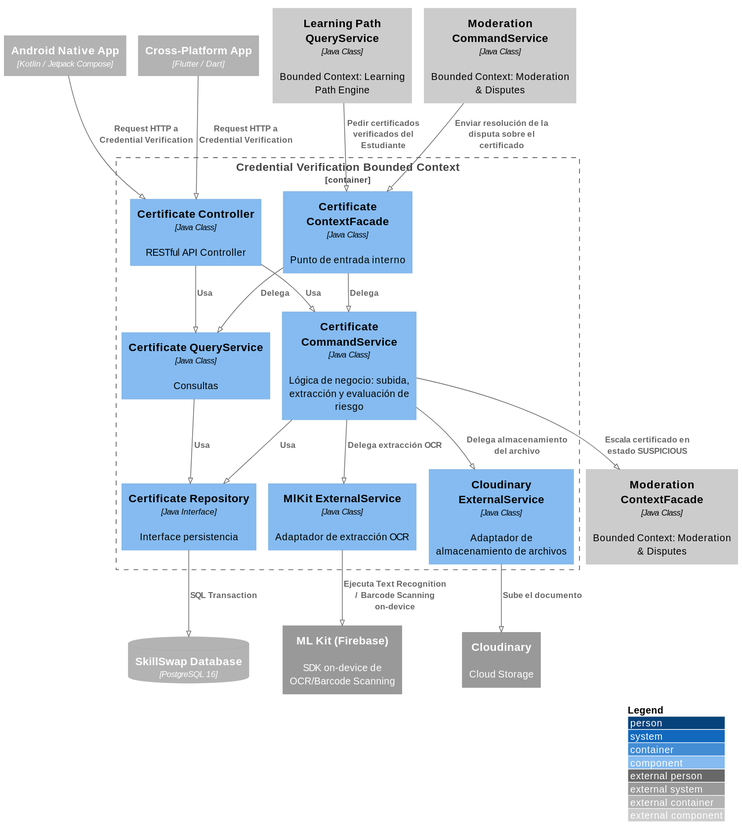
Aplicaciones-Dispositivos-Moviles/SkillSwap-ProjectReport keeps this PlantUML diagram as images-doc/CredentialVerificationComponent.svg. Above is the earlier version.
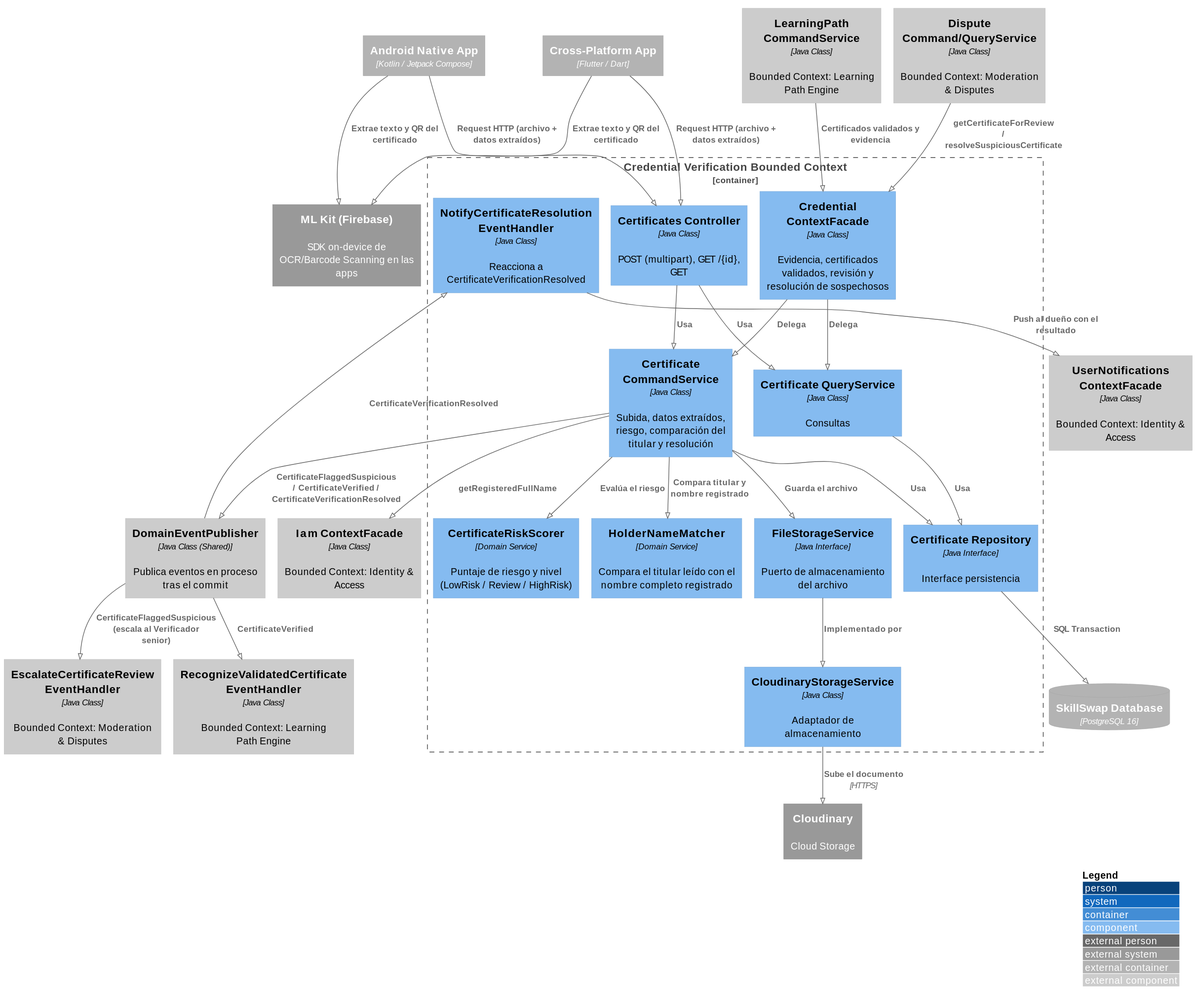
After the change.

Change to the diagram source:
```diff
@@ -7,42 +7,56 @@
 Container_Ext(androidApp, "Android Native App", "Kotlin / Jetpack Compose")
 Container_Ext(flutterApp, "Cross-Platform App", "Flutter / Dart")
 ContainerDb_Ext(mainDB, "SkillSwap Database", "PostgreSQL 16")
-System_Ext(mlKitService, "ML Kit (Firebase)", "SDK on-device de OCR/Barcode Scanning")
+System_Ext(mlKitService, "ML Kit (Firebase)", "SDK on-device de OCR/Barcode Scanning en las apps")
 System_Ext(cloudStorage, "Cloudinary", "Cloud Storage")
 
 Container_Boundary(credentialBC, "Credential Verification Bounded Context") {
-    Component(certificateController, "Certificate Controller", "Java Class", "RESTful API Controller")
-    Component(certificateCommandService, "Certificate CommandService", "Java Class", "Lógica de negocio: subida, extracción y evaluación de riesgo")
+    Component(certificateController, "Certificates Controller", "Java Class", "POST (multipart), GET /{id}, GET")
+    Component(certificateCommandService, "Certificate CommandService", "Java Class", "Subida, datos extraídos, riesgo, comparación del titular y resolución")
     Component(certificateQueryService, "Certificate QueryService", "Java Class", "Consultas")
+    Component(riskScorer, "CertificateRiskScorer", "Domain Service", "Puntaje de riesgo y nivel (LowRisk / Review / HighRisk)")
+    Component(holderNameMatcher, "HolderNameMatcher", "Domain Service", "Compara el titular leído con el nombre completo registrado")
+    Component(fileStorage, "FileStorageService", "Java Interface", "Puerto de almacenamiento del archivo")
+    Component(cloudinaryStorage, "CloudinaryStorageService", "Java Class", "Adaptador de almacenamiento")
     Component(certificateRepository, "Certificate Repository", "Java Interface", "Interface persistencia")
-    Component(mlKitExtractorExternal, "MlKit ExternalService", "Java Class", "Adaptador de extracción OCR")
-    Component(cloudinaryStorageExternal, "Cloudinary ExternalService", "Java Class", "Adaptador de almacenamiento de archivos")
-    Component(certificateContextFacade, "Certificate ContextFacade", "Java Class", "Punto de entrada interno")
+    Component(notifyHandler, "NotifyCertificateResolution EventHandler", "Java Class", "Reacciona a CertificateVerificationResolved")
+    Component(credentialContextFacade, "Credential ContextFacade", "Java Class", "Evidencia, certificados validados, revisión y resolución de sospechosos")
 }
 
-Component_Ext(moderationContextFacade, "Moderation ContextFacade", "Java Class", "Bounded Context: Moderation & Disputes")
-Component_Ext(pathEngineQueryService, "Learning Path QueryService", "Java Class", "Bounded Context: Learning Path Engine")
-Component_Ext(moderationCommandService, "Moderation CommandService", "Java Class", "Bounded Context: Moderation & Disputes")
+Component_Ext(domainEventPublisher, "DomainEventPublisher", "Java Class (Shared)", "Publica eventos en proceso tras el commit")
+Component_Ext(iamContextFacade, "Iam ContextFacade", "Java Class", "Bounded Context: Identity & Access")
+Component_Ext(userNotificationsFacade, "UserNotifications ContextFacade", "Java Class", "Bounded Context: Identity & Access")
+Component_Ext(escalateHandler, "EscalateCertificateReview EventHandler", "Java Class", "Bounded Context: Moderation & Disputes")
+Component_Ext(recognizeCertificateHandler, "RecognizeValidatedCertificate EventHandler", "Java Class", "Bounded Context: Learning Path Engine")
+Component_Ext(pathEngineCommandService, "LearningPath CommandService", "Java Class", "Bounded Context: Learning Path Engine")
+Component_Ext(disputeServices, "Dispute Command/QueryService", "Java Class", "Bounded Context: Moderation & Disputes")
 
-Rel(androidApp, certificateController, "Request HTTP a Credential Verification")
-Rel(flutterApp, certificateController, "Request HTTP a Credential Verification")
+Rel(androidApp, mlKitService, "Extrae texto y QR del certificado")
+Rel(flutterApp, mlKitService, "Extrae texto y QR del certificado")
+Rel(androidApp, certificateController, "Request HTTP (archivo + datos extraídos)")
+Rel(flutterApp, certificateController, "Request HTTP (archivo + datos extraídos)")
+
 Rel(certificateController, certificateCommandService, "Usa")
 Rel(certificateController, certificateQueryService, "Usa")
 Rel(certificateCommandService, certificateRepository, "Usa")
 Rel(certificateQueryService, certificateRepository, "Usa")
 Rel(certificateRepository, mainDB, "SQL Transaction")
 
-Rel(certificateCommandService, mlKitExtractorExternal, "Delega extracción OCR")
-Rel(mlKitExtractorExternal, mlKitService, "Ejecuta Text Recognition / Barcode Scanning on-device")
+Rel(certificateCommandService, riskScorer, "Evalúa el riesgo")
+Rel(certificateCommandService, holderNameMatcher, "Compara titular y nombre registrado")
+Rel(certificateCommandService, iamContextFacade, "getRegisteredFullName")
+Rel(certificateCommandService, fileStorage, "Guarda el archivo")
+Rel(fileStorage, cloudinaryStorage, "Implementado por")
+Rel(cloudinaryStorage, cloudStorage, "Sube el documento", "HTTPS")
 
-Rel(certificateCommandService, cloudinaryStorageExternal, "Delega almacenamiento del archivo")
-Rel(cloudinaryStorageExternal, cloudStorage, "Sube el documento")
+Rel(certificateCommandService, domainEventPublisher, "CertificateFlaggedSuspicious / CertificateVerified / CertificateVerificationResolved")
+Rel(domainEventPublisher, escalateHandler, "CertificateFlaggedSuspicious (escala al Verificador senior)")
+Rel(domainEventPublisher, recognizeCertificateHandler, "CertificateVerified")
+Rel(domainEventPublisher, notifyHandler, "CertificateVerificationResolved")
+Rel(notifyHandler, userNotificationsFacade, "Push al dueño con el resultado")
 
-Rel(certificateCommandService, moderationContextFacade, "Escala certificado en estado SUSPICIOUS")
-
-Rel(certificateContextFacade, certificateCommandService, "Delega")
-Rel(certificateContextFacade, certificateQueryService, "Delega")
-
-Rel(pathEngineQueryService, certificateContextFacade, "Pedir certificados verificados del Estudiante")
-Rel(moderationCommandService, certificateContextFacade, "Enviar resolución de la disputa sobre el certificado")
+Rel(credentialContextFacade, certificateCommandService, "Delega")
+Rel(credentialContextFacade, certificateQueryService, "Delega")
+Rel(pathEngineCommandService, credentialContextFacade, "Certificados validados y evidencia")
+Rel(disputeServices, credentialContextFacade, "getCertificateForReview / resolveSuspiciousCertificate")
 @enduml
```
